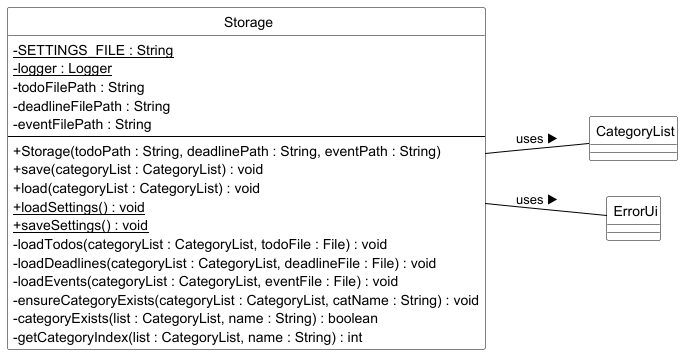
marken9/tp keeps this PlantUML diagram as docs/pictures/StorageClassDiagram.png. Above is the earlier version.
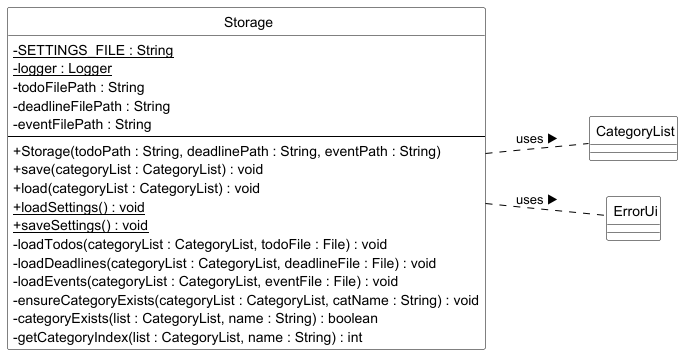
Above is the later version.

Commit message:
Updated Class diagrams

Change to the diagram source:
```diff
@@ -39,7 +39,7 @@
 class ErrorUi
 
 
-Storage -- CategoryList : uses ▶
-Storage -- ErrorUi     : uses ▶
+Storage .. CategoryList : uses ▶
+Storage .. ErrorUi     : uses ▶
 
 @enduml
```
